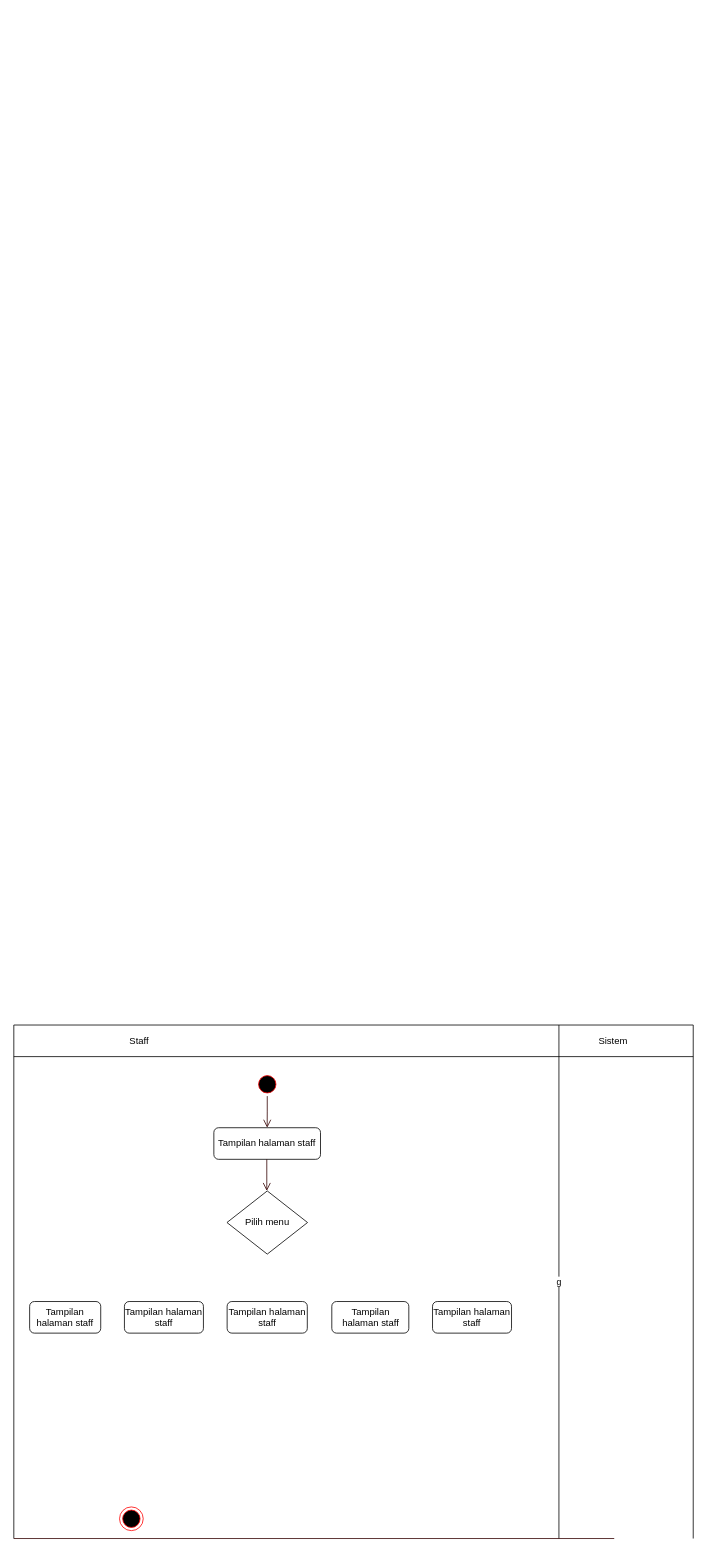
Above: page "ac_rekap nilai" (17 of 22) of draw.io/Proyek-3.drawio in Tugas-Proyek-Polindra/proyek-3 (draw.io), before the change. Source tidied: cells renumbered, new cells numbered last; positions are measured from the earlier drawing's top-left corner, leaving out a move shared by most shapes. Both pictures are drawn from the tidied source at 79%, with x=0, y=0 at pixel (13, 1025).
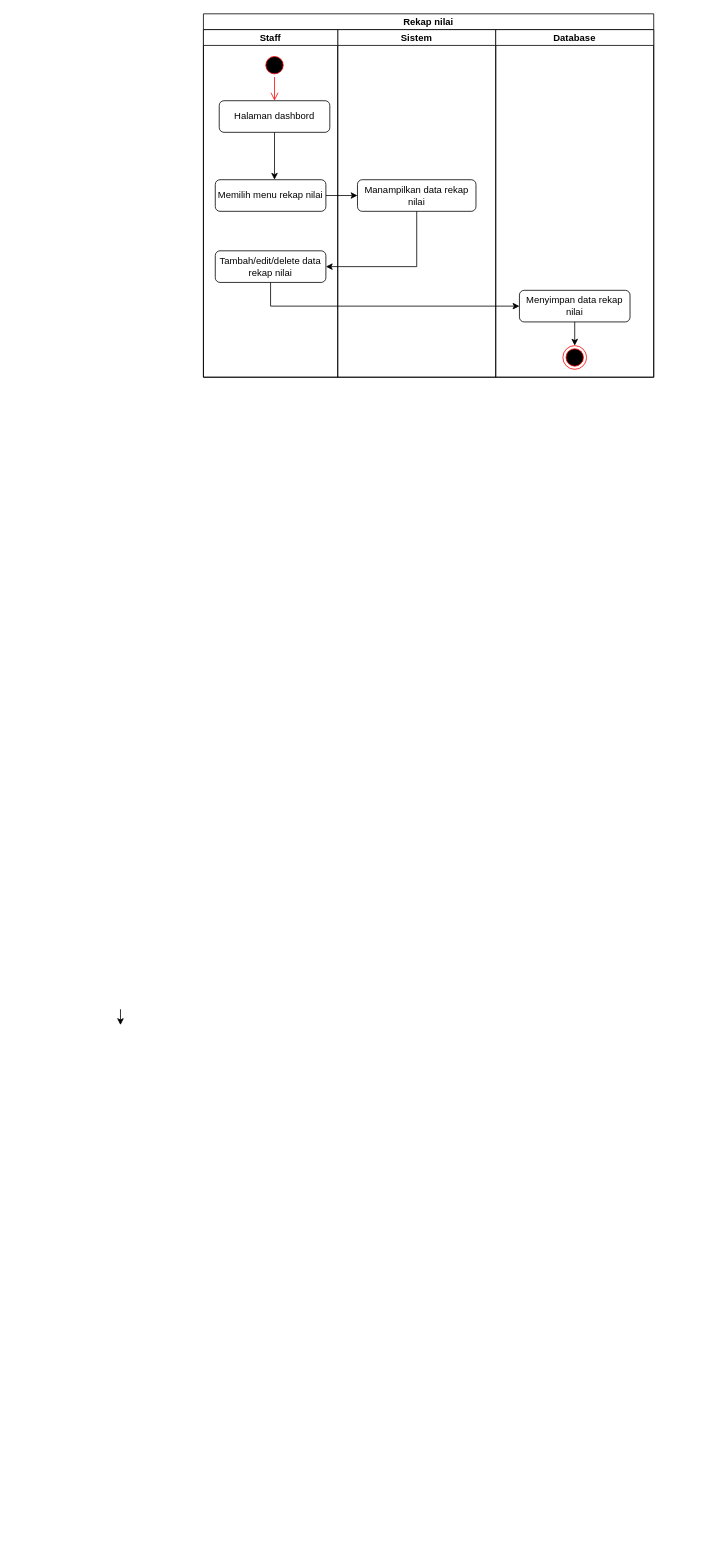
Above is the later version.

What changed in the source:
```diff
@@
+    <mxCell id="21" value="Rekap nilai" style="swimlane;startSize=20;" parent="1" vertex="1">
+      <mxGeometry x="240" y="-1280" width="570" height="460" as="geometry" />
+    </mxCell>
+    <mxCell id="22" style="edgeStyle=orthogonalEdgeStyle;rounded=0;orthogonalLoop=1;jettySize=auto;html=1;" parent="1" edge="1">
+      <mxGeometry relative="1" as="geometry">
+        <mxPoint x="135" y="-20" as="sourcePoint" />
+        <mxPoint x="135" as="targetPoint" />
+      </mxGeometry>
+    </mxCell>
+    <mxCell id="3" value="Sistem" style="swimlane;startSize=20;" parent="1" vertex="1">
+      <mxGeometry x="410" y="-1260" width="200" height="440" as="geometry" />
+    </mxCell>
+    <mxCell id="23" value="Manampilkan data rekap nilai" style="rounded=1;whiteSpace=wrap;html=1;" parent="3" vertex="1">
+      <mxGeometry x="25" y="190" width="150" height="40" as="geometry" />
+    </mxCell>
-    <mxCell id="2" value="Staff" style="text;html=1;strokeColor=none;fillColor=none;align=center;verticalAlign=middle;whiteSpace=wrap;rounded=0;" parent="1" vertex="1">
-      <mxGeometry x="128.5" y="5" width="60" height="30" as="geometry" />
+    <mxCell id="2" value="Staff" style="swimlane;startSize=20;" parent="1" vertex="1">
+      <mxGeometry x="240" y="-1260" width="170" height="440" as="geometry" />
     </mxCell>
-    <mxCell id="3" value="Sistem&amp;nbsp;" style="text;html=1;align=center;verticalAlign=middle;strokeColor=none;fillColor=none;" parent="1" vertex="1">
-      <mxGeometry x="730" y="10" width="60" height="20" as="geometry" />
-    </mxCell>
-    <mxCell id="4" style="ellipse;html=1;shape=startState;fillColor=#000000;strokeColor=#ff0000;" parent="1" vertex="1">
-      <mxGeometry x="305.8" y="60" width="30" height="30" as="geometry" />
-    </mxCell>
-    <mxCell id="5" style="edgeStyle=orthogonalEdgeStyle;html=1;verticalAlign=bottom;endArrow=open;endSize=8;strokeColor=#330000;rounded=0;entryX=0.5;entryY=0;entryDx=0;entryDy=0;" parent="1" edge="1" source="4" target="6">
-      <mxGeometry relative="1" as="geometry" />
-    </mxCell>
-    <mxCell id="6" value="Tampilan halaman staff" style="rounded=1;whiteSpace=wrap;html=1;" parent="1" vertex="1">
-      <mxGeometry x="253.2" y="130" width="135" height="40" as="geometry" />
-    </mxCell>
-    <mxCell id="7" style="endArrow=none;html=1;rounded=0;" parent="1" edge="1">
-      <mxGeometry relative="1" as="geometry">
-        <mxPoint as="sourcePoint" />
-        <mxPoint x="860" as="targetPoint" />
-      </mxGeometry>
-    </mxCell>
-    <mxCell id="8" style="endArrow=none;html=1;rounded=0;" parent="1" edge="1">
-      <mxGeometry relative="1" as="geometry">
-        <mxPoint x="860" as="sourcePoint" />
-        <mxPoint x="860" y="650" as="targetPoint" />
-      </mxGeometry>
-    </mxCell>
-    <mxCell id="9" style="endArrow=none;html=1;rounded=0;" parent="1" edge="1">
-      <mxGeometry relative="1" as="geometry">
-        <mxPoint as="sourcePoint" />
-        <mxPoint y="650" as="targetPoint" />
-      </mxGeometry>
-    </mxCell>
-    <mxCell id="10" style="endArrow=none;html=1;rounded=0;" parent="1" edge="1">
-      <mxGeometry relative="1" as="geometry">
-        <mxPoint y="40" as="sourcePoint" />
-        <mxPoint x="860" y="40" as="targetPoint" />
-      </mxGeometry>
-    </mxCell>
-    <mxCell id="11" value="g" style="endArrow=none;html=1;rounded=0;" parent="1" edge="1">
-      <mxGeometry relative="1" as="geometry">
-        <mxPoint x="690" as="sourcePoint" />
-        <mxPoint x="690" y="650" as="targetPoint" />
-      </mxGeometry>
-    </mxCell>
-    <mxCell id="12" style="ellipse;html=1;shape=endState;fillColor=#000000;strokeColor=#ff0000;" parent="1" vertex="1">
-      <mxGeometry x="133.8" y="610" width="30" height="30" as="geometry" />
-    </mxCell>
-    <mxCell id="13" style="endArrow=none;html=1;rounded=0;strokeColor=#330000;" parent="1" edge="1">
-      <mxGeometry relative="1" as="geometry">
-        <mxPoint y="650" as="sourcePoint" />
-        <mxPoint x="760" y="650" as="targetPoint" />
-      </mxGeometry>
-    </mxCell>
-    <mxCell id="14" style="edgeStyle=orthogonalEdgeStyle;html=1;verticalAlign=bottom;endArrow=open;endSize=8;strokeColor=#330000;rounded=0;entryX=0.5;entryY=0;entryDx=0;entryDy=0;" parent="1" edge="1">
-      <mxGeometry relative="1" as="geometry">
-        <mxPoint x="320.2" y="170" as="sourcePoint" />
-        <mxPoint x="320.2" y="210" as="targetPoint" />
-      </mxGeometry>
-    </mxCell>
-    <mxCell id="15" value="Pilih menu" style="rhombus;whiteSpace=wrap;html=1;" parent="1" vertex="1">
-      <mxGeometry x="269.8" y="210" width="102" height="80" as="geometry" />
-    </mxCell>
-    <mxCell id="16" value="Tampilan halaman staff" style="rounded=1;whiteSpace=wrap;html=1;" parent="1" vertex="1">
-      <mxGeometry x="20" y="350" width="90" height="40" as="geometry" />
-    </mxCell>
-    <mxCell id="17" value="Tampilan halaman staff" style="rounded=1;whiteSpace=wrap;html=1;" parent="1" vertex="1">
-      <mxGeometry x="140" y="350" width="100" height="40" as="geometry" />
-    </mxCell>
-    <mxCell id="18" value="Tampilan halaman staff" style="rounded=1;whiteSpace=wrap;html=1;" parent="1" vertex="1">
-      <mxGeometry x="270" y="350" width="101.5" height="40" as="geometry" />
-    </mxCell>
-    <mxCell id="19" value="Tampilan halaman staff" style="rounded=1;whiteSpace=wrap;html=1;" parent="1" vertex="1">
-      <mxGeometry x="402.5" y="350" width="97.5" height="40" as="geometry" />
-    </mxCell>
-    <mxCell id="20" value="Tampilan halaman staff" style="rounded=1;whiteSpace=wrap;html=1;" parent="1" vertex="1">
-      <mxGeometry x="530" y="350" width="100" height="40" as="geometry" />
-    </mxCell>
+    <mxCell id="24" value="Halaman dashbord" style="rounded=1;whiteSpace=wrap;html=1;" parent="2" vertex="1">
+      <mxGeometry x="20" y="90" width="140" height="40" as="geometry" />
+    </mxCell>
+    <mxCell id="25" style="ellipse;html=1;shape=startState;fillColor=#000000;strokeColor=#ff0000;" parent="2" vertex="1">
+      <mxGeometry x="75" y="30" width="30" height="30" as="geometry" />
+    </mxCell>
+    <mxCell id="26" style="edgeStyle=orthogonalEdgeStyle;html=1;verticalAlign=bottom;endArrow=open;endSize=8;strokeColor=#ff0000;rounded=0;entryX=0.5;entryY=0;entryDx=0;entryDy=0;" parent="2" edge="1" source="25" target="24">
+      <mxGeometry relative="1" as="geometry" />
+    </mxCell>
+    <mxCell id="27" value="Memilih menu rekap nilai" style="rounded=1;whiteSpace=wrap;html=1;" parent="2" vertex="1">
+      <mxGeometry x="15" y="190" width="140" height="40" as="geometry" />
+    </mxCell>
+    <mxCell id="28" value="Tambah/edit/delete data rekap nilai" style="rounded=1;whiteSpace=wrap;html=1;" parent="2" vertex="1">
+      <mxGeometry x="15" y="280" width="140" height="40" as="geometry" />
+    </mxCell>
+    <mxCell id="29" style="endArrow=classic;html=1;rounded=0;exitX=0.5;exitY=1;exitDx=0;exitDy=0;" parent="2" edge="1" source="24">
+      <mxGeometry relative="1" as="geometry">
+        <mxPoint x="90" y="190" as="targetPoint" />
+      </mxGeometry>
+    </mxCell>
+    <mxCell id="30" value="Database" style="swimlane;startSize=20;" parent="1" vertex="1">
+      <mxGeometry x="610" y="-1260" width="200" height="440" as="geometry" />
+    </mxCell>
+    <mxCell id="31" value="Menyimpan data rekap nilai" style="rounded=1;whiteSpace=wrap;html=1;" parent="30" vertex="1">
+      <mxGeometry x="30" y="330" width="140" height="40" as="geometry" />
+    </mxCell>
+    <mxCell id="32" style="ellipse;html=1;shape=endState;fillColor=#000000;strokeColor=#ff0000;direction=south;" parent="30" vertex="1">
+      <mxGeometry x="85" y="400" width="30" height="30" as="geometry" />
+    </mxCell>
+    <mxCell id="33" style="endArrow=classic;html=1;rounded=0;exitX=0.5;exitY=1;exitDx=0;exitDy=0;entryX=0;entryY=0.5;entryDx=0;entryDy=0;" parent="30" edge="1" source="31" target="32">
+      <mxGeometry relative="1" as="geometry" />
+    </mxCell>
+    <mxCell id="34" style="endArrow=classic;html=1;rounded=0;exitX=1;exitY=0.5;exitDx=0;exitDy=0;entryX=0;entryY=0.5;entryDx=0;entryDy=0;" parent="1" edge="1" source="27" target="23">
+      <mxGeometry relative="1" as="geometry" />
+    </mxCell>
+    <mxCell id="35" style="endArrow=classic;html=1;rounded=0;exitX=0.5;exitY=1;exitDx=0;exitDy=0;entryX=1;entryY=0.5;entryDx=0;entryDy=0;edgeStyle=orthogonalEdgeStyle;" parent="1" edge="1" source="23" target="28">
+      <mxGeometry relative="1" as="geometry" />
+    </mxCell>
+    <mxCell id="36" style="endArrow=classic;html=1;rounded=0;exitX=0.5;exitY=1;exitDx=0;exitDy=0;edgeStyle=orthogonalEdgeStyle;entryX=0;entryY=0.5;entryDx=0;entryDy=0;" parent="1" edge="1" source="28" target="31">
+      <mxGeometry relative="1" as="geometry" />
+    </mxCell>
```
